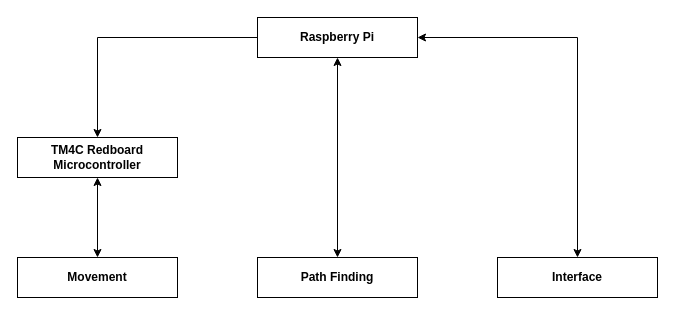
Above: documentation/ArchitecturalDesignSpecification/drawio/layers.drawio in tragicfall/Senior-Design (draw.io), before the change. Source tidied: cells renumbered, new cells numbered last; positions are measured from the earlier drawing's top-left corner, leaving out a move shared by most shapes. Both pictures are drawn from the tidied source at 100%, with x=0, y=0 at pixel (17, 17).
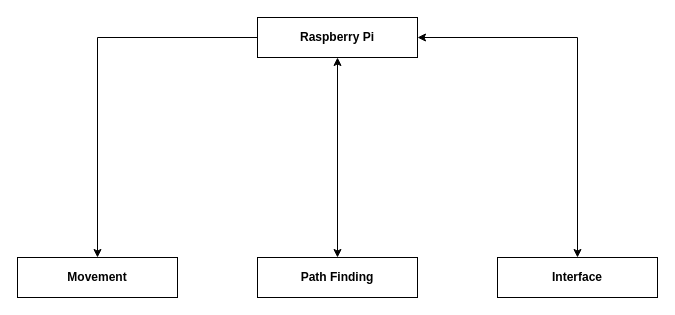
The same diagram, later.

Change to the diagram source:
```diff
@@
 <mxGraphModel>
   <root>
     <mxCell id="0" />
     <mxCell id="1" parent="0" />
     <mxCell id="2" value="Raspberry Pi" style="rounded=0;whiteSpace=wrap;html=1;fontStyle=1;" parent="1" vertex="1">
       <mxGeometry x="240" width="160" height="40" as="geometry" />
     </mxCell>
     <mxCell id="3" style="edgeStyle=orthogonalEdgeStyle;rounded=0;jettySize=auto;html=1;exitX=0.5;exitY=0;exitDx=0;exitDy=0;entryX=0.5;entryY=1;entryDx=0;entryDy=0;startArrow=classic;startFill=1;" parent="1" edge="1" source="8" target="2">
       <mxGeometry relative="1" as="geometry" />
     </mxCell>
-    <mxCell id="4" style="edgeStyle=orthogonalEdgeStyle;rounded=0;jettySize=auto;html=1;entryX=0.5;entryY=0;entryDx=0;entryDy=0;startArrow=classic;startFill=1;" parent="1" edge="1" source="5" target="10">
-      <mxGeometry relative="1" as="geometry" />
-    </mxCell>
-    <mxCell id="5" value="&lt;b&gt;TM4C Redboard Microcontroller&lt;/b&gt;" style="rounded=0;whiteSpace=wrap;html=1;" parent="1" vertex="1">
-      <mxGeometry y="120" width="160" height="40" as="geometry" />
-    </mxCell>
-    <mxCell id="6" style="edgeStyle=orthogonalEdgeStyle;rounded=0;jettySize=auto;html=1;exitX=0;exitY=0.5;exitDx=0;exitDy=0;startArrow=none;startFill=0;entryX=0.5;entryY=0;entryDx=0;entryDy=0;endArrow=classic;endFill=1;" parent="1" edge="1" source="2" target="5">
+    <mxCell id="6" style="edgeStyle=orthogonalEdgeStyle;rounded=0;jettySize=auto;html=1;exitX=0;exitY=0.5;exitDx=0;exitDy=0;startArrow=none;startFill=0;entryX=0.5;entryY=0;entryDx=0;entryDy=0;endArrow=classic;endFill=1;" parent="1" edge="1" source="2" target="10">
       <mxGeometry relative="1" as="geometry" />
     </mxCell>
     <mxCell id="7" style="edgeStyle=orthogonalEdgeStyle;rounded=0;jettySize=auto;html=1;exitX=1;exitY=0.5;exitDx=0;exitDy=0;entryX=0.5;entryY=0;entryDx=0;entryDy=0;startArrow=classic;startFill=1;" parent="1" edge="1" source="2" target="9">
       <mxGeometry relative="1" as="geometry" />
     </mxCell>
     <mxCell id="8" value="&lt;b&gt;Path Finding&lt;/b&gt;" style="rounded=0;whiteSpace=wrap;html=1;" parent="1" vertex="1">
       <mxGeometry x="240" y="240" width="160" height="40" as="geometry" />
     </mxCell>
     <mxCell id="9" value="&lt;b&gt;Interface&lt;/b&gt;" style="rounded=0;whiteSpace=wrap;html=1;" parent="1" vertex="1">
       <mxGeometry x="480" y="240" width="160" height="40" as="geometry" />
     </mxCell>
     <mxCell id="10" value="&lt;b&gt;Movement&lt;/b&gt;" style="rounded=0;whiteSpace=wrap;html=1;" parent="1" vertex="1">
       <mxGeometry y="240" width="160" height="40" as="geometry" />
     </mxCell>
   </root>
 </mxGraphModel>
```
